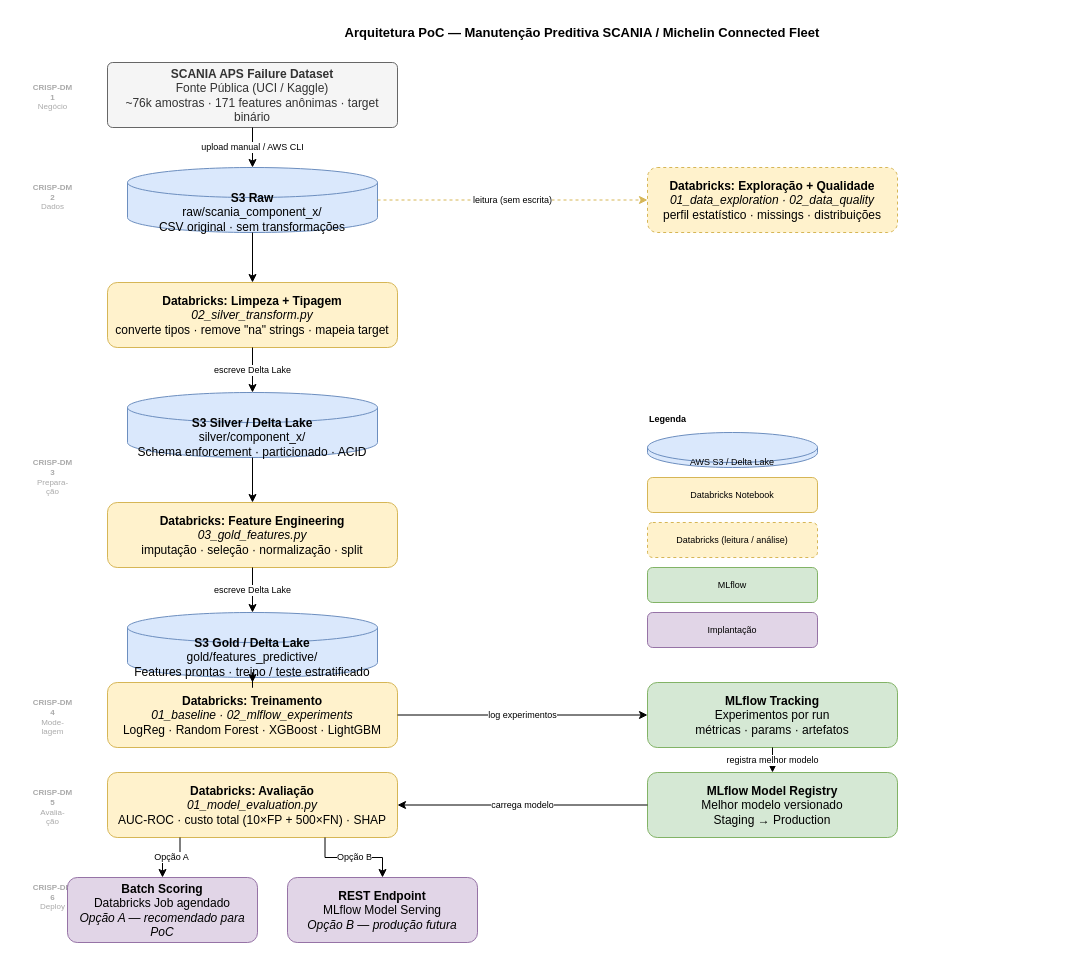
Above: docs/architecture_diagram.drawio in v-giorgio/poc_scania (draw.io), before the change. Source tidied: cells renumbered, new cells numbered last; positions are measured from the earlier drawing's top-left corner, leaving out a move shared by most shapes. Both pictures are drawn from the tidied source at 100%, with x=0, y=0 at pixel (17, 17).
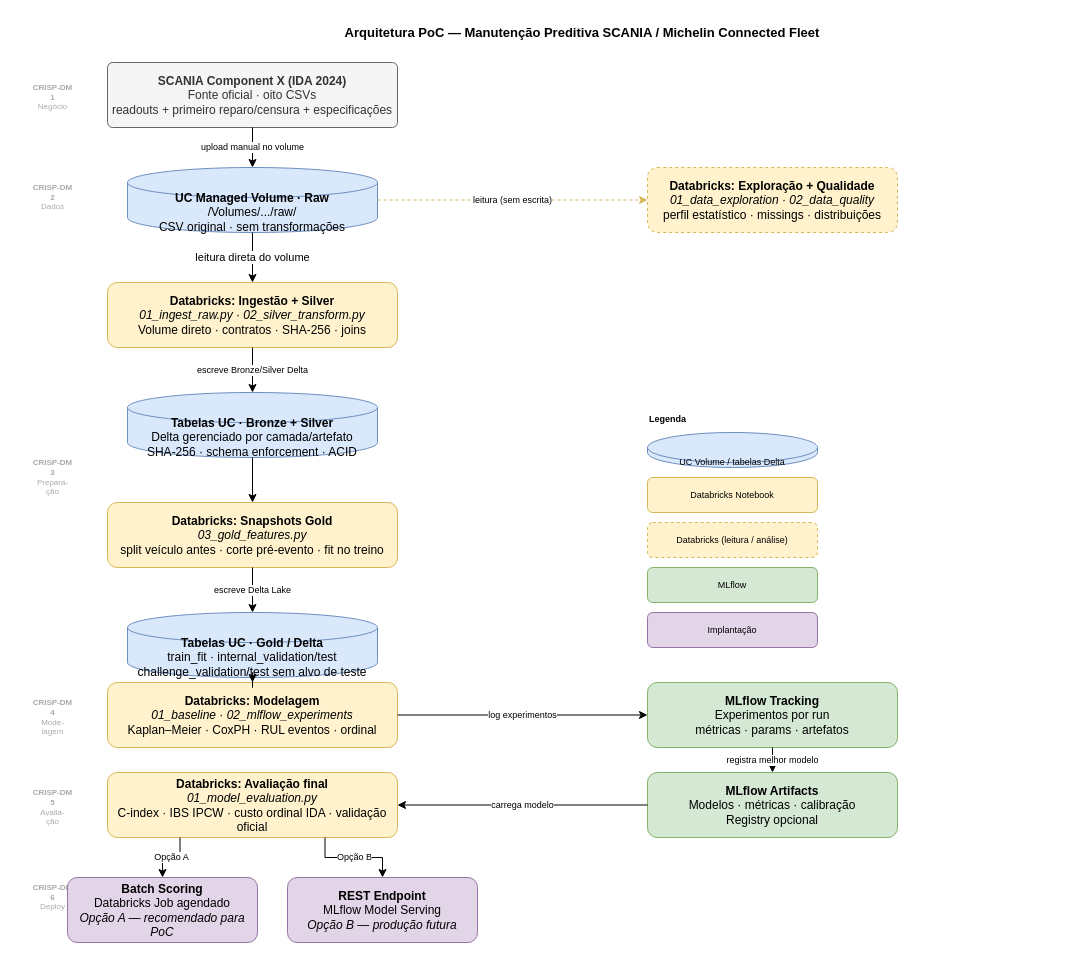
Above is the later version.

Diff of the diagram source:
```diff
@@
-    <mxCell id="9" value="&lt;b&gt;SCANIA APS Failure Dataset&lt;/b&gt;&lt;br&gt;Fonte Pública (UCI / Kaggle)&lt;br&gt;~76k amostras · 171 features anônimas · target binário" style="rounded=1;whiteSpace=wrap;html=1;fillColor=#f5f5f5;strokeColor=#666666;fontColor=#333333;arcSize=8;" parent="1" vertex="1">
+    <mxCell id="9" value="&lt;b&gt;SCANIA Component X (IDA 2024)&lt;/b&gt;&lt;br&gt;Fonte oficial · oito CSVs&lt;br&gt;readouts + primeiro reparo/censura + especificações" style="rounded=1;whiteSpace=wrap;html=1;fillColor=#f5f5f5;strokeColor=#666666;fontColor=#333333;arcSize=8;" parent="1" vertex="1">
       <mxGeometry x="90" y="45" width="290" height="65" as="geometry" />
     </mxCell>
-    <mxCell id="10" value="&lt;b&gt;S3 Raw&lt;/b&gt;&lt;br&gt;raw/scania_component_x/&lt;br&gt;CSV original · sem transformações" style="shape=cylinder3;whiteSpace=wrap;html=1;boundedLbl=1;backgroundOutline=1;fillColor=#dae8fc;strokeColor=#6c8ebf;" parent="1" vertex="1">
+    <mxCell id="10" value="&lt;b&gt;UC Managed Volume · Raw&lt;/b&gt;&lt;br&gt;/Volumes/.../raw/&lt;br&gt;CSV original · sem transformações" style="shape=cylinder3;whiteSpace=wrap;html=1;boundedLbl=1;backgroundOutline=1;fillColor=#dae8fc;strokeColor=#6c8ebf;" parent="1" vertex="1">
       <mxGeometry x="110" y="150" width="250" height="65" as="geometry" />
     </mxCell>
-    <mxCell id="11" value="&lt;b&gt;Databricks: Limpeza + Tipagem&lt;/b&gt;&lt;br&gt;&lt;i&gt;02_silver_transform.py&lt;/i&gt;&lt;br&gt;converte tipos · remove &quot;na&quot; strings · mapeia target" style="rounded=1;whiteSpace=wrap;html=1;fillColor=#fff2cc;strokeColor=#d6b656;" parent="1" vertex="1">
+    <mxCell id="11" value="&lt;b&gt;Databricks: Ingestão + Silver&lt;/b&gt;&lt;br&gt;&lt;i&gt;01_ingest_raw.py · 02_silver_transform.py&lt;/i&gt;&lt;br&gt;Volume direto · contratos · SHA-256 · joins" style="rounded=1;whiteSpace=wrap;html=1;fillColor=#fff2cc;strokeColor=#d6b656;" parent="1" vertex="1">
       <mxGeometry x="90" y="265" width="290" height="65" as="geometry" />
     </mxCell>
-    <mxCell id="12" value="&lt;b&gt;S3 Silver / Delta Lake&lt;/b&gt;&lt;br&gt;silver/component_x/&lt;br&gt;Schema enforcement · particionado · ACID" style="shape=cylinder3;whiteSpace=wrap;html=1;boundedLbl=1;backgroundOutline=1;fillColor=#dae8fc;strokeColor=#6c8ebf;" parent="1" vertex="1">
+    <mxCell id="12" value="&lt;b&gt;Tabelas UC · Bronze + Silver&lt;/b&gt;&lt;br&gt;Delta gerenciado por camada/artefato&lt;br&gt;SHA-256 · schema enforcement · ACID" style="shape=cylinder3;whiteSpace=wrap;html=1;boundedLbl=1;backgroundOutline=1;fillColor=#dae8fc;strokeColor=#6c8ebf;" parent="1" vertex="1">
       <mxGeometry x="110" y="375" width="250" height="65" as="geometry" />
     </mxCell>
-    <mxCell id="13" value="&lt;b&gt;Databricks: Feature Engineering&lt;/b&gt;&lt;br&gt;&lt;i&gt;03_gold_features.py&lt;/i&gt;&lt;br&gt;imputação · seleção · normalização · split" style="rounded=1;whiteSpace=wrap;html=1;fillColor=#fff2cc;strokeColor=#d6b656;" parent="1" vertex="1">
+    <mxCell id="13" value="&lt;b&gt;Databricks: Snapshots Gold&lt;/b&gt;&lt;br&gt;&lt;i&gt;03_gold_features.py&lt;/i&gt;&lt;br&gt;split veículo antes · corte pré-evento · fit no treino" style="rounded=1;whiteSpace=wrap;html=1;fillColor=#fff2cc;strokeColor=#d6b656;" parent="1" vertex="1">
       <mxGeometry x="90" y="485" width="290" height="65" as="geometry" />
     </mxCell>
-    <mxCell id="14" value="&lt;b&gt;S3 Gold / Delta Lake&lt;/b&gt;&lt;br&gt;gold/features_predictive/&lt;br&gt;Features prontas · treino / teste estratificado" style="shape=cylinder3;whiteSpace=wrap;html=1;boundedLbl=1;backgroundOutline=1;fillColor=#dae8fc;strokeColor=#6c8ebf;" parent="1" vertex="1">
+    <mxCell id="14" value="&lt;b&gt;Tabelas UC · Gold / Delta&lt;/b&gt;&lt;br&gt;train_fit · internal_validation/test&lt;br&gt;challenge_validation/test sem alvo de teste" style="shape=cylinder3;whiteSpace=wrap;html=1;boundedLbl=1;backgroundOutline=1;fillColor=#dae8fc;strokeColor=#6c8ebf;" parent="1" vertex="1">
       <mxGeometry x="110" y="595" width="250" height="65" as="geometry" />
     </mxCell>
-    <mxCell id="15" value="&lt;b&gt;Databricks: Treinamento&lt;/b&gt;&lt;br&gt;&lt;i&gt;01_baseline · 02_mlflow_experiments&lt;/i&gt;&lt;br&gt;LogReg · Random Forest · XGBoost · LightGBM" style="rounded=1;whiteSpace=wrap;html=1;fillColor=#fff2cc;strokeColor=#d6b656;" parent="1" vertex="1">
+    <mxCell id="15" value="&lt;b&gt;Databricks: Modelagem&lt;/b&gt;&lt;br&gt;&lt;i&gt;01_baseline · 02_mlflow_experiments&lt;/i&gt;&lt;br&gt;Kaplan–Meier · CoxPH · RUL eventos · ordinal" style="rounded=1;whiteSpace=wrap;html=1;fillColor=#fff2cc;strokeColor=#d6b656;" parent="1" vertex="1">
       <mxGeometry x="90" y="665" width="290" height="65" as="geometry" />
     </mxCell>
-    <mxCell id="16" value="&lt;b&gt;Databricks: Avaliação&lt;/b&gt;&lt;br&gt;&lt;i&gt;01_model_evaluation.py&lt;/i&gt;&lt;br&gt;AUC-ROC · custo total (10×FP + 500×FN) · SHAP" style="rounded=1;whiteSpace=wrap;html=1;fillColor=#fff2cc;strokeColor=#d6b656;" parent="1" vertex="1">
+    <mxCell id="16" value="&lt;b&gt;Databricks: Avaliação final&lt;/b&gt;&lt;br&gt;&lt;i&gt;01_model_evaluation.py&lt;/i&gt;&lt;br&gt;C-index · IBS IPCW · custo ordinal IDA · validação oficial" style="rounded=1;whiteSpace=wrap;html=1;fillColor=#fff2cc;strokeColor=#d6b656;" parent="1" vertex="1">
       <mxGeometry x="90" y="755" width="290" height="65" as="geometry" />
     </mxCell>
@@
-    <mxCell id="21" value="&lt;b&gt;MLflow Model Registry&lt;/b&gt;&lt;br&gt;Melhor modelo versionado&lt;br&gt;Staging → Production" style="rounded=1;whiteSpace=wrap;html=1;fillColor=#d5e8d4;strokeColor=#82b366;" parent="1" vertex="1">
+    <mxCell id="21" value="&lt;b&gt;MLflow Artifacts&lt;/b&gt;&lt;br&gt;Modelos · métricas · calibração&lt;br&gt;Registry opcional" style="rounded=1;whiteSpace=wrap;html=1;fillColor=#d5e8d4;strokeColor=#82b366;" parent="1" vertex="1">
       <mxGeometry x="630" y="755" width="250" height="65" as="geometry" />
     </mxCell>
@@
-    <mxCell id="23" value="AWS S3 / Delta Lake" style="shape=cylinder3;whiteSpace=wrap;html=1;boundedLbl=1;backgroundOutline=1;fillColor=#dae8fc;strokeColor=#6c8ebf;fontSize=9;" parent="1" vertex="1">
+    <mxCell id="23" value="UC Volume / tabelas Delta" style="shape=cylinder3;whiteSpace=wrap;html=1;boundedLbl=1;backgroundOutline=1;fillColor=#dae8fc;strokeColor=#6c8ebf;fontSize=9;" parent="1" vertex="1">
       <mxGeometry x="630" y="415" width="170" height="35" as="geometry" />
     </mxCell>
@@
-    <mxCell id="28" value="upload manual / AWS CLI" style="edgeStyle=orthogonalEdgeStyle;rounded=0;html=1;fontSize=9;" parent="1" edge="1" source="9" target="10">
+    <mxCell id="28" value="upload manual no volume" style="edgeStyle=orthogonalEdgeStyle;rounded=0;html=1;fontSize=9;" parent="1" edge="1" source="9" target="10">
       <mxGeometry relative="1" as="geometry" />
     </mxCell>
@@
-    <mxCell id="30" style="edgeStyle=orthogonalEdgeStyle;rounded=0;html=1;" parent="1" edge="1" source="10" target="11">
+    <mxCell id="30" value="leitura direta do volume" style="edgeStyle=orthogonalEdgeStyle;rounded=0;html=1;" parent="1" edge="1" source="10" target="11">
       <mxGeometry relative="1" as="geometry" />
     </mxCell>
-    <mxCell id="31" value="escreve Delta Lake" style="edgeStyle=orthogonalEdgeStyle;rounded=0;html=1;fontSize=9;" parent="1" edge="1" source="11" target="12">
+    <mxCell id="31" value="escreve Bronze/Silver Delta" style="edgeStyle=orthogonalEdgeStyle;rounded=0;html=1;fontSize=9;" parent="1" edge="1" source="11" target="12">
       <mxGeometry relative="1" as="geometry" />
     </mxCell>
```
